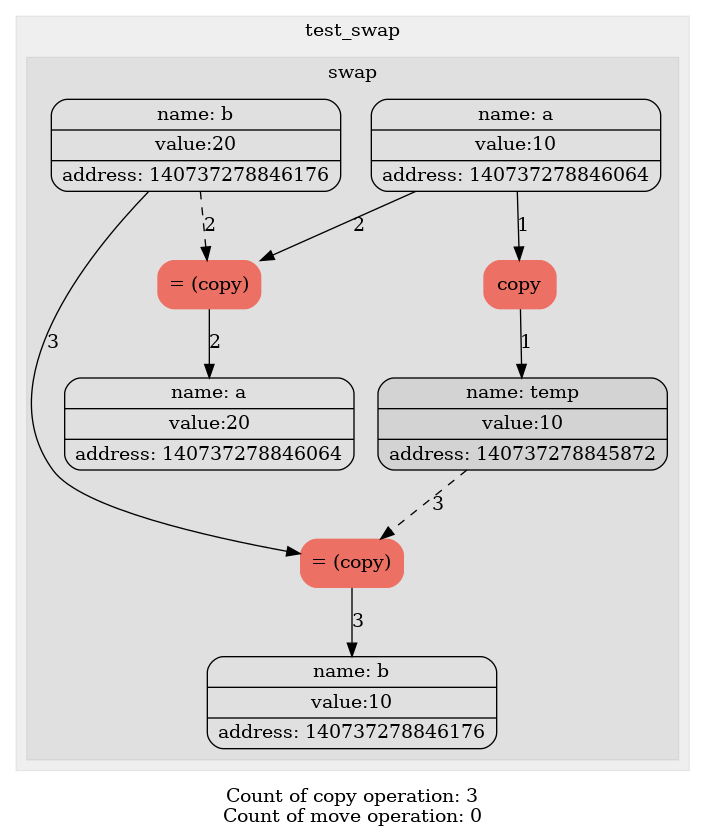
This is diagrams/simple_swap.png from levasemin/Move_Semantic, a Graphviz export, as it was before one commit. Its source is kept beside it as diagrams/simple_swap.dot.
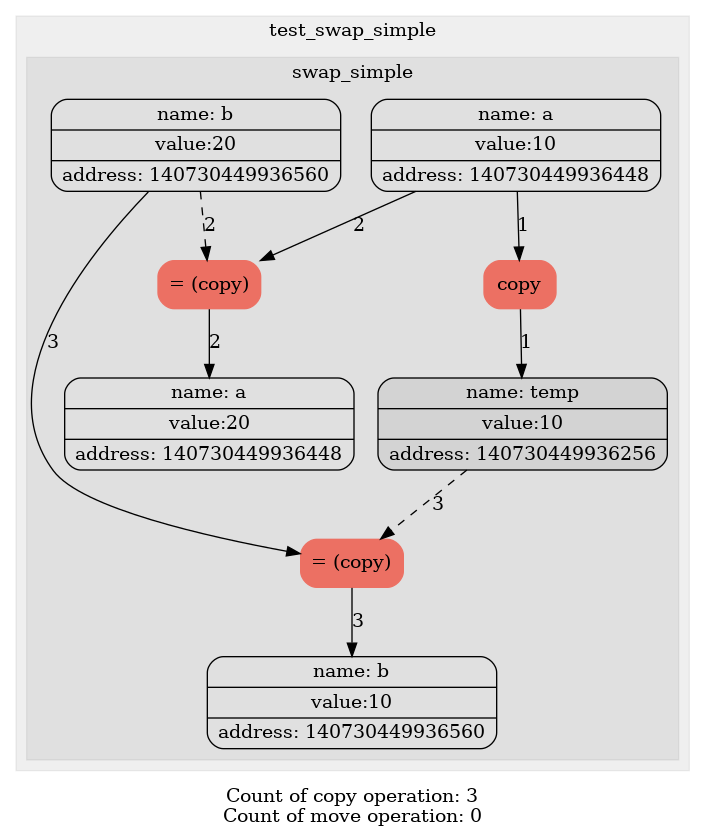
After the change.

What changed in the source:
```diff
@@ -3,31 +3,31 @@
 node[shape=Mrecord];
 
 subgraph "cluster_0" {
-label = test_swap;
+label = test_swap_simple;
 style= filled
 color = "#00000010";
-1[label="{ {name: tmp0} | {value:10} | {address: 140737278846064}} " color=""style=""];
-1[label="{ {name: a} | {value:10} | {address: 140737278846064}} " color=""style=""];
-2[label="{ {name: tmp1} | {value:20} | {address: 140737278846176}} " color=""style=""];
-2[label="{ {name: b} | {value:20} | {address: 140737278846176}} " color=""style=""];
+1[label="{ {name: tmp0} | {value:10} | {address: 140730449936448}} " color=""style=""];
+1[label="{ {name: a} | {value:10} | {address: 140730449936448}} " color=""style=""];
+2[label="{ {name: tmp1} | {value:20} | {address: 140730449936560}} " color=""style=""];
+2[label="{ {name: b} | {value:20} | {address: 140730449936560}} " color=""style=""];
 subgraph "cluster_1" {
-label = swap;
+label = swap_simple;
 style= filled
 color = "#00000010";
 3[label="copy" color = "#EC7063" style = "filled"];
 edge[style = "" color = ""label = "1"]1->3;
-4[label="{ {name: tmp2} | {value:10} | {address: 140737278845872}} " color=""style="filled"];
+4[label="{ {name: tmp2} | {value:10} | {address: 140730449936256}} " color=""style="filled"];
 edge[style = "" color = ""label = "1"]3->4;
-4[label="{ {name: temp} | {value:10} | {address: 140737278845872}} " color=""style="filled"];
+4[label="{ {name: temp} | {value:10} | {address: 140730449936256}} " color=""style="filled"];
 5[label="= (copy)" color = "#EC7063" style = "filled"];
 edge[style = "" color = ""label = "2"]1->5;
 edge[style = "dashed" color = ""label = "2"]2->5;
-6[label="{ {name: a} | {value:20} | {address: 140737278846064}} " color=""style=""];
+6[label="{ {name: a} | {value:20} | {address: 140730449936448}} " color=""style=""];
 edge[style = "" color = ""label = "2"]5->6;
 7[label="= (copy)" color = "#EC7063" style = "filled"];
 edge[style = "" color = ""label = "3"]2->7;
 edge[style = "dashed" color = ""label = "3"]4->7;
-8[label="{ {name: b} | {value:10} | {address: 140737278846176}} " color=""style=""];
+8[label="{ {name: b} | {value:10} | {address: 140730449936560}} " color=""style=""];
 edge[style = "" color = ""label = "3"]7->8;
 }
 }
```
